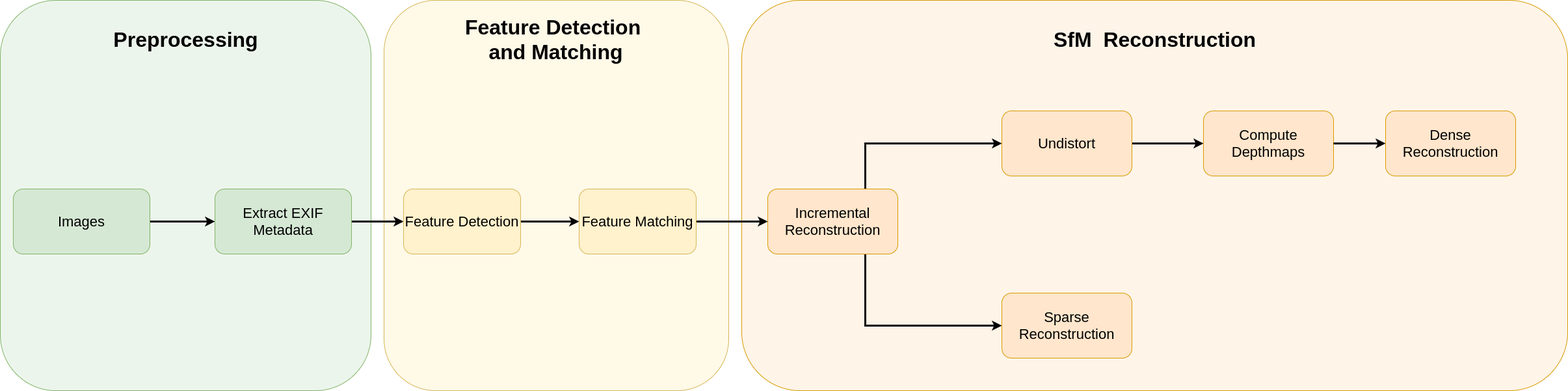
Before: assets/flowchart.png, a diagram exported from draw.io (kneehit/3D-Reconstruction). Source tidied: cells renumbered, new cells last; positions are measured from the earlier drawing's top-left corner, leaving out a move shared by most shapes. The source it was exported from:
```xml
<mxGraphModel>
  <root>
    <mxCell id="0" />
    <mxCell id="1" parent="0" />
    <mxCell id="2" style="rounded=1;whiteSpace=wrap;html=1;fillColor=#ffe6cc;strokeColor=#d79b00;fillOpacity=45;" parent="1" vertex="1">
      <mxGeometry x="1140" width="1270" height="600" as="geometry" />
    </mxCell>
    <mxCell id="3" style="rounded=1;whiteSpace=wrap;html=1;fillColor=#fff2cc;strokeColor=#d6b656;fillOpacity=45;" parent="1" vertex="1">
      <mxGeometry x="590" width="530" height="600" as="geometry" />
    </mxCell>
    <mxCell id="4" style="rounded=1;whiteSpace=wrap;html=1;fillColor=#d5e8d4;strokeColor=#82b366;fillOpacity=45;" parent="1" vertex="1">
      <mxGeometry width="570" height="600" as="geometry" />
    </mxCell>
    <mxCell id="5" style="edgeStyle=orthogonalEdgeStyle;rounded=0;jettySize=auto;html=1;exitX=1;exitY=0.5;exitDx=0;exitDy=0;strokeWidth=3;" parent="1" edge="1" source="6" target="8">
      <mxGeometry relative="1" as="geometry" />
    </mxCell>
    <mxCell id="6" value="&lt;font style=&quot;font-size: 22px&quot;&gt;Extract EXIF Metadata&lt;/font&gt;" style="rounded=1;whiteSpace=wrap;html=1;fillColor=#d5e8d4;strokeColor=#82b366;" parent="1" vertex="1">
      <mxGeometry x="330" y="290" width="210" height="100" as="geometry" />
    </mxCell>
    <mxCell id="7" style="edgeStyle=orthogonalEdgeStyle;rounded=0;jettySize=auto;html=1;exitX=1;exitY=0.5;exitDx=0;exitDy=0;entryX=0;entryY=0.5;entryDx=0;entryDy=0;strokeWidth=3;" parent="1" edge="1" source="8" target="16">
      <mxGeometry relative="1" as="geometry" />
    </mxCell>
    <mxCell id="8" value="&lt;font style=&quot;font-size: 22px&quot;&gt;Feature Detection&lt;/font&gt;" style="rounded=1;whiteSpace=wrap;html=1;fillColor=#fff2cc;strokeColor=#d6b656;" parent="1" vertex="1">
      <mxGeometry x="620" y="290" width="180" height="100" as="geometry" />
    </mxCell>
    <mxCell id="9" style="edgeStyle=orthogonalEdgeStyle;rounded=0;jettySize=auto;html=1;exitX=1;exitY=0.5;exitDx=0;exitDy=0;entryX=0;entryY=0.5;entryDx=0;entryDy=0;strokeWidth=3;" parent="1" edge="1" source="10" target="11">
      <mxGeometry relative="1" as="geometry" />
    </mxCell>
    <mxCell id="10" value="&lt;font style=&quot;font-size: 22px&quot;&gt;Undistort&lt;/font&gt;" style="rounded=1;whiteSpace=wrap;html=1;fillColor=#ffe6cc;strokeColor=#d79b00;" parent="1" vertex="1">
      <mxGeometry x="1540" y="170" width="200" height="100" as="geometry" />
    </mxCell>
    <mxCell id="11" value="&lt;font style=&quot;font-size: 22px&quot;&gt;Compute Depthmaps&lt;/font&gt;" style="rounded=1;whiteSpace=wrap;html=1;fillColor=#ffe6cc;strokeColor=#d79b00;" parent="1" vertex="1">
      <mxGeometry x="1850" y="170" width="200" height="100" as="geometry" />
    </mxCell>
    <mxCell id="12" style="edgeStyle=orthogonalEdgeStyle;rounded=0;jettySize=auto;html=1;exitX=0.75;exitY=0;exitDx=0;exitDy=0;entryX=0;entryY=0.5;entryDx=0;entryDy=0;strokeWidth=3;" parent="1" edge="1" source="14" target="10">
      <mxGeometry relative="1" as="geometry" />
    </mxCell>
    <mxCell id="13" style="edgeStyle=orthogonalEdgeStyle;rounded=0;jettySize=auto;html=1;exitX=0.75;exitY=1;exitDx=0;exitDy=0;entryX=0;entryY=0.5;entryDx=0;entryDy=0;strokeWidth=3;" parent="1" edge="1" source="14" target="17">
      <mxGeometry relative="1" as="geometry" />
    </mxCell>
    <mxCell id="14" value="&lt;font style=&quot;font-size: 22px&quot;&gt;Incremental Reconstruction&lt;/font&gt;" style="rounded=1;whiteSpace=wrap;html=1;fillColor=#ffe6cc;strokeColor=#d79b00;" parent="1" vertex="1">
      <mxGeometry x="1180" y="290" width="200" height="100" as="geometry" />
    </mxCell>
    <mxCell id="15" style="edgeStyle=orthogonalEdgeStyle;rounded=0;jettySize=auto;html=1;exitX=1;exitY=0.5;exitDx=0;exitDy=0;entryX=0;entryY=0.5;entryDx=0;entryDy=0;strokeWidth=3;" parent="1" edge="1" source="16" target="14">
      <mxGeometry relative="1" as="geometry" />
    </mxCell>
    <mxCell id="16" value="&lt;font style=&quot;font-size: 22px&quot;&gt;Feature Matching&lt;/font&gt;" style="rounded=1;whiteSpace=wrap;html=1;fillColor=#fff2cc;strokeColor=#d6b656;" parent="1" vertex="1">
      <mxGeometry x="890" y="290" width="180" height="100" as="geometry" />
    </mxCell>
    <mxCell id="17" value="&lt;font style=&quot;font-size: 22px&quot;&gt;Sparse Reconstruction&lt;/font&gt;" style="rounded=1;whiteSpace=wrap;html=1;fillColor=#ffe6cc;strokeColor=#d79b00;" parent="1" vertex="1">
      <mxGeometry x="1540" y="450" width="200" height="100" as="geometry" />
    </mxCell>
    <mxCell id="18" style="edgeStyle=orthogonalEdgeStyle;rounded=0;jettySize=auto;html=1;exitX=1;exitY=0.5;exitDx=0;exitDy=0;entryX=0;entryY=0.5;entryDx=0;entryDy=0;strokeWidth=3;" parent="1" edge="1" target="19">
      <mxGeometry relative="1" as="geometry">
        <mxPoint x="2050" y="220" as="sourcePoint" />
      </mxGeometry>
    </mxCell>
    <mxCell id="19" value="&lt;font style=&quot;font-size: 22px&quot;&gt;Dense Reconstruction&lt;/font&gt;" style="rounded=1;whiteSpace=wrap;html=1;fillColor=#ffe6cc;strokeColor=#d79b00;" parent="1" vertex="1">
      <mxGeometry x="2130" y="170" width="200" height="100" as="geometry" />
    </mxCell>
    <mxCell id="20" style="edgeStyle=orthogonalEdgeStyle;rounded=0;jettySize=auto;html=1;exitX=1;exitY=0.5;exitDx=0;exitDy=0;entryX=0;entryY=0.5;entryDx=0;entryDy=0;strokeWidth=3;" parent="1" edge="1" source="21" target="6">
      <mxGeometry relative="1" as="geometry" />
    </mxCell>
    <mxCell id="21" value="&lt;font style=&quot;font-size: 22px&quot;&gt;Images&lt;/font&gt;" style="rounded=1;whiteSpace=wrap;html=1;fillColor=#d5e8d4;strokeColor=#82b366;" parent="1" vertex="1">
      <mxGeometry x="20" y="290" width="210" height="100" as="geometry" />
    </mxCell>
    <mxCell id="22" value="&lt;font style=&quot;font-size: 32px&quot;&gt;&lt;b&gt;Preprocessing&lt;/b&gt;&lt;/font&gt;" style="text;html=1;strokeColor=none;fillColor=none;align=center;verticalAlign=middle;whiteSpace=wrap;rounded=0;" parent="1" vertex="1">
      <mxGeometry x="177.5" y="50" width="215" height="20" as="geometry" />
    </mxCell>
    <mxCell id="23" value="&lt;font style=&quot;font-size: 32px&quot;&gt;&lt;b&gt;Feature Detection &lt;br&gt;and Matching&lt;/b&gt;&lt;/font&gt;" style="text;html=1;strokeColor=none;fillColor=none;align=center;verticalAlign=middle;whiteSpace=wrap;rounded=0;" parent="1" vertex="1">
      <mxGeometry x="709.4" y="15" width="291.2" height="90" as="geometry" />
    </mxCell>
    <mxCell id="24" value="&lt;span style=&quot;font-size: 32px&quot;&gt;&lt;b&gt;SfM&amp;nbsp; Reconstruction&lt;/b&gt;&lt;/span&gt;" style="text;html=1;strokeColor=none;fillColor=none;align=center;verticalAlign=middle;whiteSpace=wrap;rounded=0;" parent="1" vertex="1">
      <mxGeometry x="1594.7" y="15" width="360.6" height="90" as="geometry" />
    </mxCell>
  </root>
</mxGraphModel>
```
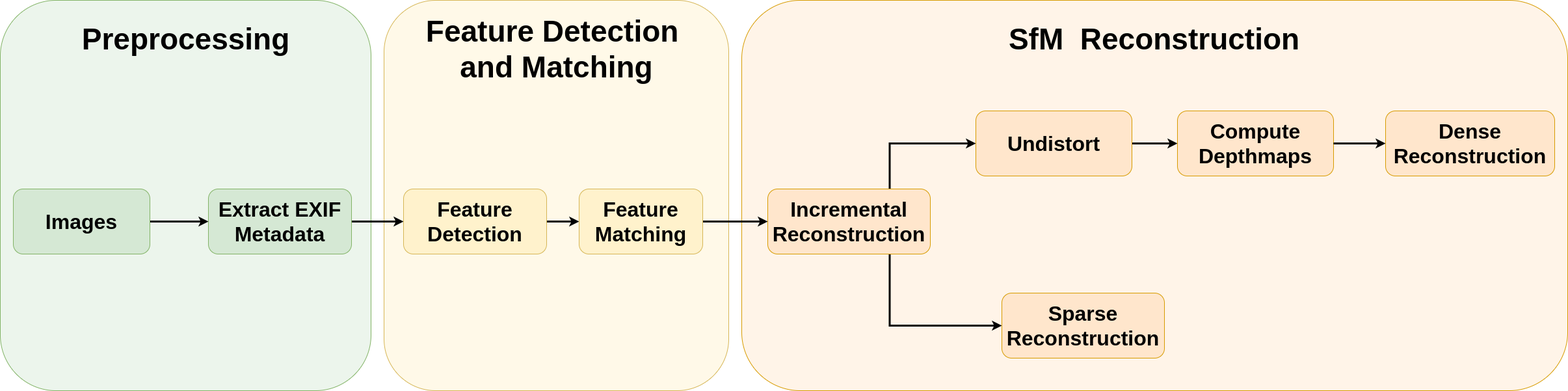
After the commit.

The edit, as a diff of the source:
```diff
@@ -14,23 +14,23 @@
     <mxCell id="5" style="edgeStyle=orthogonalEdgeStyle;rounded=0;jettySize=auto;html=1;exitX=1;exitY=0.5;exitDx=0;exitDy=0;strokeWidth=3;" parent="1" edge="1" source="6" target="8">
       <mxGeometry relative="1" as="geometry" />
     </mxCell>
-    <mxCell id="6" value="&lt;font style=&quot;font-size: 22px&quot;&gt;Extract EXIF Metadata&lt;/font&gt;" style="rounded=1;whiteSpace=wrap;html=1;fillColor=#d5e8d4;strokeColor=#82b366;" parent="1" vertex="1">
-      <mxGeometry x="330" y="290" width="210" height="100" as="geometry" />
+    <mxCell id="6" value="&lt;font style=&quot;font-size: 32px&quot;&gt;&lt;b&gt;Extract EXIF Metadata&lt;/b&gt;&lt;/font&gt;" style="rounded=1;whiteSpace=wrap;html=1;fillColor=#d5e8d4;strokeColor=#82b366;" parent="1" vertex="1">
+      <mxGeometry x="320" y="290" width="220" height="100" as="geometry" />
     </mxCell>
     <mxCell id="7" style="edgeStyle=orthogonalEdgeStyle;rounded=0;jettySize=auto;html=1;exitX=1;exitY=0.5;exitDx=0;exitDy=0;entryX=0;entryY=0.5;entryDx=0;entryDy=0;strokeWidth=3;" parent="1" edge="1" source="8" target="16">
       <mxGeometry relative="1" as="geometry" />
     </mxCell>
-    <mxCell id="8" value="&lt;font style=&quot;font-size: 22px&quot;&gt;Feature Detection&lt;/font&gt;" style="rounded=1;whiteSpace=wrap;html=1;fillColor=#fff2cc;strokeColor=#d6b656;" parent="1" vertex="1">
-      <mxGeometry x="620" y="290" width="180" height="100" as="geometry" />
+    <mxCell id="8" value="&lt;font style=&quot;font-size: 32px&quot;&gt;&lt;b&gt;Feature Detection&lt;/b&gt;&lt;/font&gt;" style="rounded=1;whiteSpace=wrap;html=1;fillColor=#fff2cc;strokeColor=#d6b656;" parent="1" vertex="1">
+      <mxGeometry x="620" y="290" width="220" height="100" as="geometry" />
     </mxCell>
     <mxCell id="9" style="edgeStyle=orthogonalEdgeStyle;rounded=0;jettySize=auto;html=1;exitX=1;exitY=0.5;exitDx=0;exitDy=0;entryX=0;entryY=0.5;entryDx=0;entryDy=0;strokeWidth=3;" parent="1" edge="1" source="10" target="11">
       <mxGeometry relative="1" as="geometry" />
     </mxCell>
-    <mxCell id="10" value="&lt;font style=&quot;font-size: 22px&quot;&gt;Undistort&lt;/font&gt;" style="rounded=1;whiteSpace=wrap;html=1;fillColor=#ffe6cc;strokeColor=#d79b00;" parent="1" vertex="1">
-      <mxGeometry x="1540" y="170" width="200" height="100" as="geometry" />
+    <mxCell id="10" value="&lt;font size=&quot;1&quot;&gt;&lt;b style=&quot;font-size: 32px&quot;&gt;Undistort&lt;/b&gt;&lt;/font&gt;" style="rounded=1;whiteSpace=wrap;html=1;fillColor=#ffe6cc;strokeColor=#d79b00;" parent="1" vertex="1">
+      <mxGeometry x="1500" y="170" width="240" height="100" as="geometry" />
     </mxCell>
-    <mxCell id="11" value="&lt;font style=&quot;font-size: 22px&quot;&gt;Compute Depthmaps&lt;/font&gt;" style="rounded=1;whiteSpace=wrap;html=1;fillColor=#ffe6cc;strokeColor=#d79b00;" parent="1" vertex="1">
-      <mxGeometry x="1850" y="170" width="200" height="100" as="geometry" />
+    <mxCell id="11" value="&lt;font size=&quot;1&quot;&gt;&lt;b style=&quot;font-size: 32px&quot;&gt;Compute Depthmaps&lt;/b&gt;&lt;/font&gt;" style="rounded=1;whiteSpace=wrap;html=1;fillColor=#ffe6cc;strokeColor=#d79b00;" parent="1" vertex="1">
+      <mxGeometry x="1810" y="170" width="240" height="100" as="geometry" />
     </mxCell>
     <mxCell id="12" style="edgeStyle=orthogonalEdgeStyle;rounded=0;jettySize=auto;html=1;exitX=0.75;exitY=0;exitDx=0;exitDy=0;entryX=0;entryY=0.5;entryDx=0;entryDy=0;strokeWidth=3;" parent="1" edge="1" source="14" target="10">
       <mxGeometry relative="1" as="geometry" />
@@ -38,40 +38,40 @@
     <mxCell id="13" style="edgeStyle=orthogonalEdgeStyle;rounded=0;jettySize=auto;html=1;exitX=0.75;exitY=1;exitDx=0;exitDy=0;entryX=0;entryY=0.5;entryDx=0;entryDy=0;strokeWidth=3;" parent="1" edge="1" source="14" target="17">
       <mxGeometry relative="1" as="geometry" />
     </mxCell>
-    <mxCell id="14" value="&lt;font style=&quot;font-size: 22px&quot;&gt;Incremental Reconstruction&lt;/font&gt;" style="rounded=1;whiteSpace=wrap;html=1;fillColor=#ffe6cc;strokeColor=#d79b00;" parent="1" vertex="1">
-      <mxGeometry x="1180" y="290" width="200" height="100" as="geometry" />
+    <mxCell id="14" value="&lt;font style=&quot;font-size: 32px&quot;&gt;&lt;b&gt;Incremental Reconstruction&lt;/b&gt;&lt;/font&gt;" style="rounded=1;whiteSpace=wrap;html=1;fillColor=#ffe6cc;strokeColor=#d79b00;" parent="1" vertex="1">
+      <mxGeometry x="1180" y="290" width="250" height="100" as="geometry" />
     </mxCell>
     <mxCell id="15" style="edgeStyle=orthogonalEdgeStyle;rounded=0;jettySize=auto;html=1;exitX=1;exitY=0.5;exitDx=0;exitDy=0;entryX=0;entryY=0.5;entryDx=0;entryDy=0;strokeWidth=3;" parent="1" edge="1" source="16" target="14">
       <mxGeometry relative="1" as="geometry" />
     </mxCell>
-    <mxCell id="16" value="&lt;font style=&quot;font-size: 22px&quot;&gt;Feature Matching&lt;/font&gt;" style="rounded=1;whiteSpace=wrap;html=1;fillColor=#fff2cc;strokeColor=#d6b656;" parent="1" vertex="1">
-      <mxGeometry x="890" y="290" width="180" height="100" as="geometry" />
+    <mxCell id="16" value="&lt;font style=&quot;font-size: 32px&quot;&gt;&lt;b&gt;Feature Matching&lt;/b&gt;&lt;/font&gt;" style="rounded=1;whiteSpace=wrap;html=1;fillColor=#fff2cc;strokeColor=#d6b656;" parent="1" vertex="1">
+      <mxGeometry x="890" y="290" width="190" height="100" as="geometry" />
     </mxCell>
-    <mxCell id="17" value="&lt;font style=&quot;font-size: 22px&quot;&gt;Sparse Reconstruction&lt;/font&gt;" style="rounded=1;whiteSpace=wrap;html=1;fillColor=#ffe6cc;strokeColor=#d79b00;" parent="1" vertex="1">
-      <mxGeometry x="1540" y="450" width="200" height="100" as="geometry" />
+    <mxCell id="17" value="&lt;font size=&quot;1&quot;&gt;&lt;b style=&quot;font-size: 32px&quot;&gt;Sparse Reconstruction&lt;/b&gt;&lt;/font&gt;" style="rounded=1;whiteSpace=wrap;html=1;fillColor=#ffe6cc;strokeColor=#d79b00;" parent="1" vertex="1">
+      <mxGeometry x="1540" y="450" width="250" height="100" as="geometry" />
     </mxCell>
     <mxCell id="18" style="edgeStyle=orthogonalEdgeStyle;rounded=0;jettySize=auto;html=1;exitX=1;exitY=0.5;exitDx=0;exitDy=0;entryX=0;entryY=0.5;entryDx=0;entryDy=0;strokeWidth=3;" parent="1" edge="1" target="19">
       <mxGeometry relative="1" as="geometry">
         <mxPoint x="2050" y="220" as="sourcePoint" />
       </mxGeometry>
     </mxCell>
-    <mxCell id="19" value="&lt;font style=&quot;font-size: 22px&quot;&gt;Dense Reconstruction&lt;/font&gt;" style="rounded=1;whiteSpace=wrap;html=1;fillColor=#ffe6cc;strokeColor=#d79b00;" parent="1" vertex="1">
-      <mxGeometry x="2130" y="170" width="200" height="100" as="geometry" />
+    <mxCell id="19" value="&lt;font size=&quot;1&quot;&gt;&lt;b style=&quot;font-size: 32px&quot;&gt;Dense Reconstruction&lt;/b&gt;&lt;/font&gt;" style="rounded=1;whiteSpace=wrap;html=1;fillColor=#ffe6cc;strokeColor=#d79b00;" parent="1" vertex="1">
+      <mxGeometry x="2130" y="170" width="260" height="100" as="geometry" />
     </mxCell>
     <mxCell id="20" style="edgeStyle=orthogonalEdgeStyle;rounded=0;jettySize=auto;html=1;exitX=1;exitY=0.5;exitDx=0;exitDy=0;entryX=0;entryY=0.5;entryDx=0;entryDy=0;strokeWidth=3;" parent="1" edge="1" source="21" target="6">
       <mxGeometry relative="1" as="geometry" />
     </mxCell>
-    <mxCell id="21" value="&lt;font style=&quot;font-size: 22px&quot;&gt;Images&lt;/font&gt;" style="rounded=1;whiteSpace=wrap;html=1;fillColor=#d5e8d4;strokeColor=#82b366;" parent="1" vertex="1">
+    <mxCell id="21" value="&lt;font style=&quot;font-size: 32px&quot;&gt;&lt;b&gt;Images&lt;/b&gt;&lt;/font&gt;" style="rounded=1;whiteSpace=wrap;html=1;fillColor=#d5e8d4;strokeColor=#82b366;" parent="1" vertex="1">
       <mxGeometry x="20" y="290" width="210" height="100" as="geometry" />
     </mxCell>
-    <mxCell id="22" value="&lt;font style=&quot;font-size: 32px&quot;&gt;&lt;b&gt;Preprocessing&lt;/b&gt;&lt;/font&gt;" style="text;html=1;strokeColor=none;fillColor=none;align=center;verticalAlign=middle;whiteSpace=wrap;rounded=0;" parent="1" vertex="1">
+    <mxCell id="22" value="&lt;font size=&quot;1&quot;&gt;&lt;b style=&quot;font-size: 46px&quot;&gt;Preprocessing&lt;/b&gt;&lt;/font&gt;" style="text;html=1;strokeColor=none;fillColor=none;align=center;verticalAlign=middle;whiteSpace=wrap;rounded=0;" parent="1" vertex="1">
       <mxGeometry x="177.5" y="50" width="215" height="20" as="geometry" />
     </mxCell>
-    <mxCell id="23" value="&lt;font style=&quot;font-size: 32px&quot;&gt;&lt;b&gt;Feature Detection &lt;br&gt;and Matching&lt;/b&gt;&lt;/font&gt;" style="text;html=1;strokeColor=none;fillColor=none;align=center;verticalAlign=middle;whiteSpace=wrap;rounded=0;" parent="1" vertex="1">
-      <mxGeometry x="709.4" y="15" width="291.2" height="90" as="geometry" />
+    <mxCell id="23" value="&lt;font style=&quot;font-size: 46px&quot;&gt;&lt;b&gt;Feature Detection &lt;br&gt;and Matching&lt;/b&gt;&lt;/font&gt;" style="text;html=1;strokeColor=none;fillColor=none;align=center;verticalAlign=middle;whiteSpace=wrap;rounded=0;" parent="1" vertex="1">
+      <mxGeometry x="639.7" y="30" width="430.6" height="90" as="geometry" />
     </mxCell>
-    <mxCell id="24" value="&lt;span style=&quot;font-size: 32px&quot;&gt;&lt;b&gt;SfM&amp;nbsp; Reconstruction&lt;/b&gt;&lt;/span&gt;" style="text;html=1;strokeColor=none;fillColor=none;align=center;verticalAlign=middle;whiteSpace=wrap;rounded=0;" parent="1" vertex="1">
-      <mxGeometry x="1594.7" y="15" width="360.6" height="90" as="geometry" />
+    <mxCell id="24" value="&lt;b&gt;&lt;font style=&quot;font-size: 46px&quot;&gt;SfM&amp;nbsp; Reconstruction&lt;/font&gt;&lt;/b&gt;" style="text;html=1;strokeColor=none;fillColor=none;align=center;verticalAlign=middle;whiteSpace=wrap;rounded=0;" parent="1" vertex="1">
+      <mxGeometry x="1537.3" y="15" width="475.3" height="90" as="geometry" />
     </mxCell>
   </root>
 </mxGraphModel>
```
